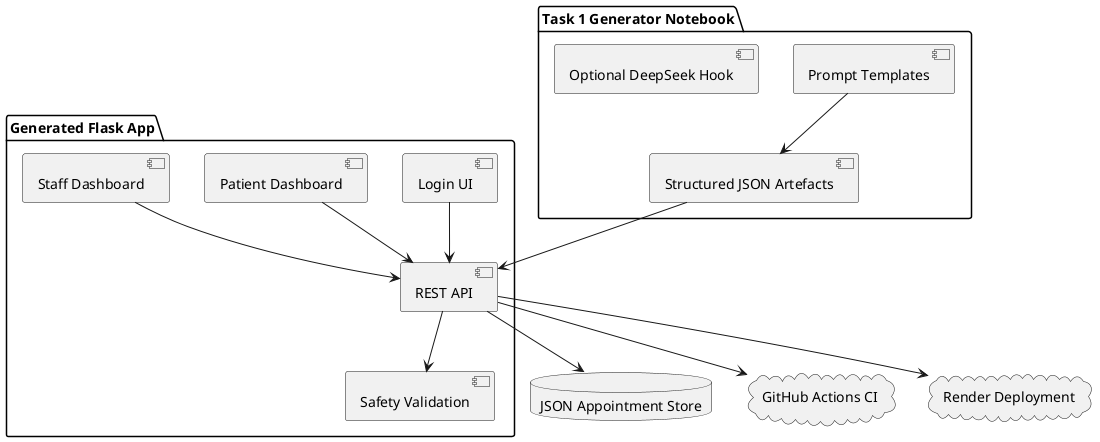
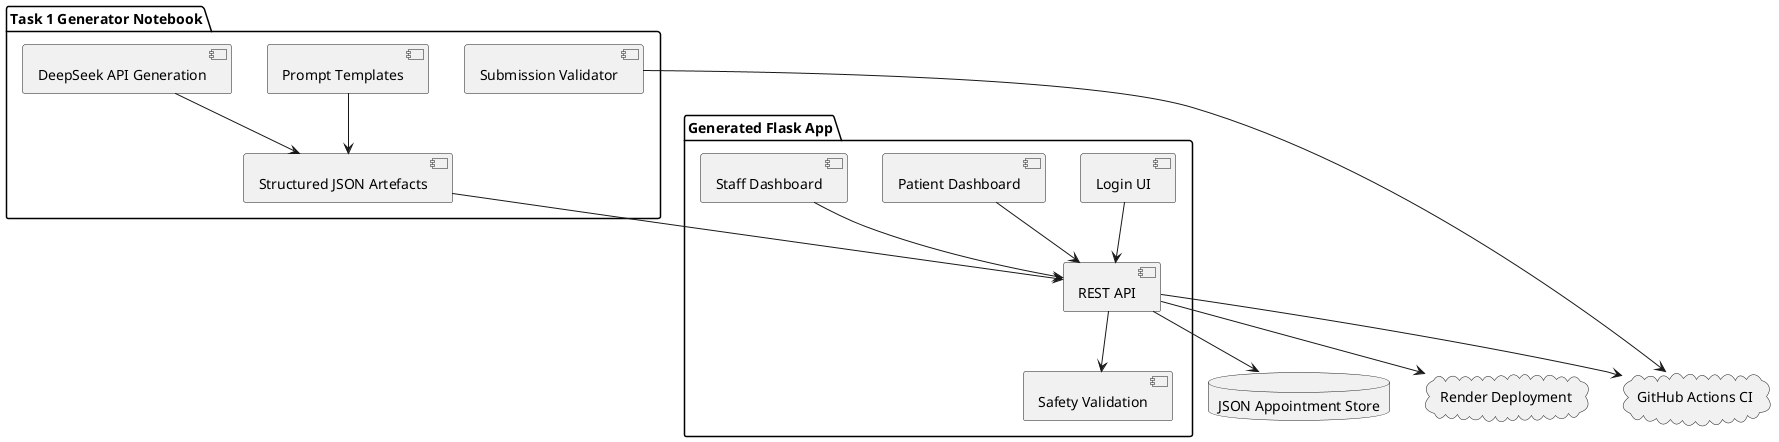
@startuml
package "Task 1 Generator Notebook" {
  [Prompt Templates]
  [Structured JSON Artefacts]
-   [Optional DeepSeek Hook]
+   [DeepSeek API Generation]
+   [Submission Validator]
}
package "Generated Flask App" {
  [Login UI]
  [Patient Dashboard]
  [Staff Dashboard]
  [REST API]
  [Safety Validation]
}
database "JSON Appointment Store" as Store
cloud "GitHub Actions CI" as CI
cloud "Render Deployment" as Render

[Prompt Templates] --> [Structured JSON Artefacts]
+ [DeepSeek API Generation] --> [Structured JSON Artefacts]
+ [Submission Validator] --> CI
[Structured JSON Artefacts] --> [REST API]
[Login UI] --> [REST API]
[Patient Dashboard] --> [REST API]
[Staff Dashboard] --> [REST API]
[REST API] --> Store
[REST API] --> [Safety Validation]
[REST API] --> CI
[REST API] --> Render
@enduml
